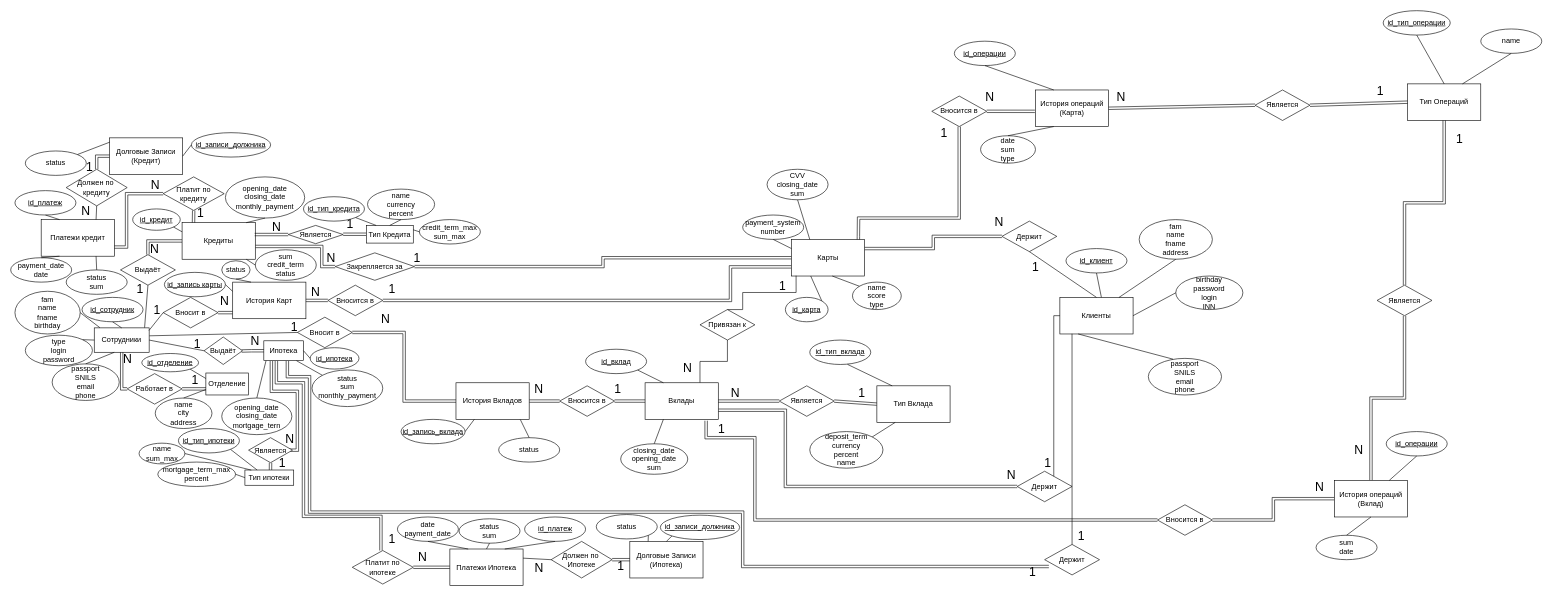
Above: Копия концептуальной с удалением внешних коючей.drawio in tssergeev/lflflflf (draw.io), before the change. Source tidied: cells renumbered, new cells numbered last; positions are measured from the earlier drawing's top-left corner, leaving out a move shared by most shapes. Both pictures are drawn from the tidied source at 61%, with x=0, y=0 at pixel (10, 10).
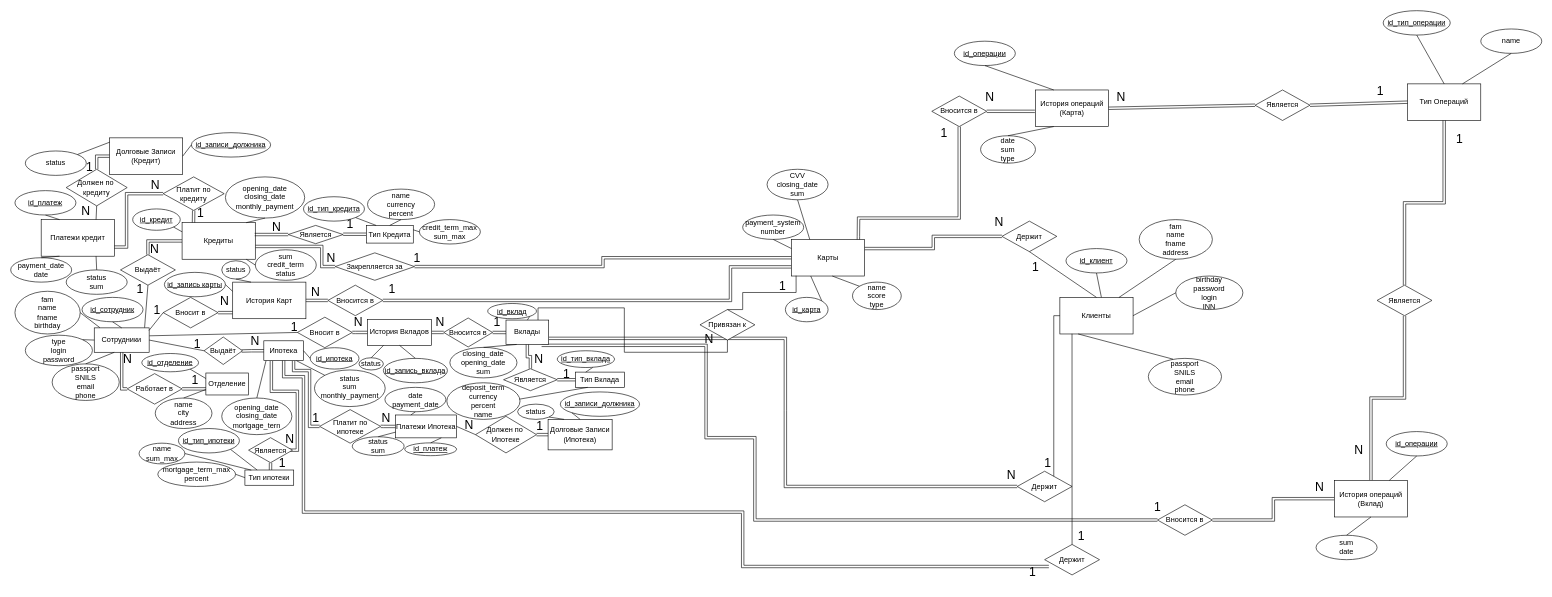
The same page after the edit.

Unchanged cells that the change refers to:
```xml
<mxCell id="80" value="Ипотека" style="rounded=0;whiteSpace=wrap;html=1;" parent="1" vertex="1">
  <mxGeometry x="415" y="541.2" width="65" height="32.5" as="geometry" />
</mxCell>
```

The edit, as a diff of the source:
```diff
@@
     <mxCell id="77" value="История Вкладов" style="rounded=0;whiteSpace=wrap;html=1;" parent="1" vertex="1">
-      <mxGeometry x="730" y="610" width="120" height="60" as="geometry" />
+      <mxGeometry x="585" y="506.2" width="105" height="42.5" as="geometry" />
     </mxCell>
-    <mxCell id="78" style="edgeStyle=orthogonalEdgeStyle;rounded=0;orthogonalLoop=1;jettySize=auto;html=1;entryX=0.5;entryY=0;entryDx=0;entryDy=0;shape=link;exitX=0.363;exitY=1.002;exitDx=0;exitDy=0;exitPerimeter=0;" parent="1" edge="1">
+    <mxCell id="78" style="edgeStyle=orthogonalEdgeStyle;rounded=0;jettySize=auto;html=1;entryX=0;entryY=0.5;entryDx=0;entryDy=0;shape=link;exitX=0.75;exitY=1;exitDx=0;exitDy=0;" parent="1" edge="1" source="80" target="199">
       <mxGeometry relative="1" as="geometry">
-        <mxPoint x="435.6" y="573.8" as="sourcePoint" />
-        <mxPoint x="607" y="885" as="targetPoint" />
         <Array as="points">
-          <mxPoint x="436" y="610" />
-          <mxPoint x="480" y="610" />
-          <mxPoint x="480" y="829" />
-          <mxPoint x="607" y="829" />
+          <mxPoint x="464" y="590" />
+          <mxPoint x="490" y="590" />
+          <mxPoint x="490" y="682" />
+          <mxPoint x="507" y="682" />
         </Array>
       </mxGeometry>
     </mxCell>
@@
     <mxCell id="84" value="N" style="text;html=1;align=center;verticalAlign=middle;whiteSpace=wrap;rounded=0;fontSize=20;" parent="1" vertex="1">
-      <mxGeometry x="590" y="490" width="50" height="30" as="geometry" />
+      <mxGeometry x="545" y="495" width="50" height="30" as="geometry" />
     </mxCell>
@@
     <mxCell id="92" value="status" style="ellipse;whiteSpace=wrap;html=1;" parent="1" vertex="1">
-      <mxGeometry x="800" y="700" width="100" height="40" as="geometry" />
+      <mxGeometry x="571" y="569" width="40" height="20" as="geometry" />
     </mxCell>
     <mxCell id="93" value="&lt;u&gt;id_запись_вклада&lt;/u&gt;" style="ellipse;whiteSpace=wrap;html=1;" parent="1" vertex="1">
-      <mxGeometry x="640" y="670" width="105" height="40" as="geometry" />
+      <mxGeometry x="611" y="570" width="105" height="40" as="geometry" />
     </mxCell>
-    <mxCell id="94" style="endArrow=none;html=1;rounded=0;entryX=0.25;entryY=1;entryDx=0;entryDy=0;exitX=1;exitY=0.5;exitDx=0;exitDy=0;" parent="1" edge="1" source="93" target="77">
+    <mxCell id="94" style="endArrow=none;html=1;rounded=0;entryX=0.5;entryY=1;entryDx=0;entryDy=0;exitX=0.5;exitY=0;exitDx=0;exitDy=0;" parent="1" edge="1" source="93" target="77">
       <mxGeometry relative="1" as="geometry" />
     </mxCell>
-    <mxCell id="95" style="endArrow=none;html=1;rounded=0;entryX=0.879;entryY=1.005;entryDx=0;entryDy=0;exitX=0.5;exitY=0;exitDx=0;exitDy=0;entryPerimeter=0;" parent="1" edge="1" source="92" target="77">
+    <mxCell id="95" style="endArrow=none;html=1;rounded=0;entryX=0.25;entryY=1;entryDx=0;entryDy=0;exitX=0.5;exitY=0;exitDx=0;exitDy=0;" parent="1" edge="1" source="92" target="77">
       <mxGeometry relative="1" as="geometry" />
     </mxCell>
@@
     <mxCell id="98" value="Вклады" style="rounded=0;whiteSpace=wrap;html=1;" parent="1" vertex="1">
-      <mxGeometry x="1040" y="610" width="120" height="60" as="geometry" />
+      <mxGeometry x="812" y="507.2" width="70" height="40" as="geometry" />
     </mxCell>
     <mxCell id="99" value="closing_date&lt;br&gt;opening_date&lt;br&gt;sum" style="ellipse;whiteSpace=wrap;html=1;" parent="1" vertex="1">
-      <mxGeometry x="1000" y="710" width="110" height="50" as="geometry" />
+      <mxGeometry x="720" y="552" width="110" height="50" as="geometry" />
     </mxCell>
     <mxCell id="100" value="&lt;u&gt;id_вклад&lt;/u&gt;" style="ellipse;whiteSpace=wrap;html=1;" parent="1" vertex="1">
-      <mxGeometry x="942.5" y="555" width="100" height="40" as="geometry" />
+      <mxGeometry x="782" y="480" width="80" height="25" as="geometry" />
     </mxCell>
@@
-    <mxCell id="102" style="endArrow=none;html=1;rounded=0;entryX=0.25;entryY=0;entryDx=0;entryDy=0;exitX=1;exitY=1;exitDx=0;exitDy=0;" parent="1" edge="1" source="100" target="98">
+    <mxCell id="102" style="endArrow=none;html=1;rounded=0;entryX=0.5;entryY=0;entryDx=0;entryDy=0;exitX=1;exitY=1;exitDx=0;exitDy=0;" parent="1" edge="1" source="100" target="98">
       <mxGeometry relative="1" as="geometry" />
     </mxCell>
@@
     <mxCell id="104" value="Вносится в" style="rhombus;whiteSpace=wrap;html=1;" parent="1" vertex="1">
-      <mxGeometry x="900" y="615" width="90" height="50" as="geometry" />
+      <mxGeometry x="710" y="503.8" width="80" height="47.5" as="geometry" />
     </mxCell>
     <mxCell id="105" value="&lt;font style=&quot;font-size: 20px;&quot;&gt;1&lt;/font&gt;" style="text;html=1;align=center;verticalAlign=middle;strokeColor=none;fillColor=none;" parent="1" vertex="1">
-      <mxGeometry x="980" y="600" width="30" height="40" as="geometry" />
+      <mxGeometry x="782" y="490" width="30" height="40" as="geometry" />
     </mxCell>
-    <mxCell id="106" style="edgeStyle=orthogonalEdgeStyle;rounded=0;jettySize=auto;html=1;exitX=0;exitY=0.5;exitDx=0;exitDy=0;entryX=1;entryY=0.5;entryDx=0;entryDy=0;shape=link;" parent="1" edge="1" source="107" target="98">
-      <mxGeometry relative="1" as="geometry">
-        <Array as="points">
-          <mxPoint x="1260" y="640" />
-        </Array>
-      </mxGeometry>
-    </mxCell>
     <mxCell id="107" value="Является" style="rhombus;whiteSpace=wrap;html=1;" parent="1" vertex="1">
-      <mxGeometry x="1260" y="615" width="90" height="50" as="geometry" />
+      <mxGeometry x="808" y="587" width="88" height="36" as="geometry" />
     </mxCell>
@@
     <mxCell id="109" value="Тип Вклада" style="rounded=0;whiteSpace=wrap;html=1;" parent="1" vertex="1">
-      <mxGeometry x="1420" y="615" width="120" height="60" as="geometry" />
+      <mxGeometry x="926" y="592.5" width="80" height="25" as="geometry" />
     </mxCell>
     <mxCell id="110" value="N" style="text;html=1;align=center;verticalAlign=middle;whiteSpace=wrap;rounded=0;fontSize=20;" parent="1" vertex="1">
-      <mxGeometry x="1162.5" y="610" width="50" height="30" as="geometry" />
+      <mxGeometry x="841" y="555" width="50" height="30" as="geometry" />
     </mxCell>
     <mxCell id="111" value="deposit_term&lt;br&gt;currency&lt;br&gt;percent&lt;br&gt;name" style="ellipse;whiteSpace=wrap;html=1;" parent="1" vertex="1">
-      <mxGeometry x="1310" y="690" width="120" height="60" as="geometry" />
+      <mxGeometry x="715" y="610" width="120" height="60" as="geometry" />
     </mxCell>
     <mxCell id="112" value="id_тип_вклада" style="ellipse;whiteSpace=wrap;html=1;fontStyle=4;" parent="1" vertex="1">
-      <mxGeometry x="1310" y="540" width="100" height="40" as="geometry" />
+      <mxGeometry x="896" y="557.5" width="94" height="27.5" as="geometry" />
     </mxCell>
@@
-    <mxCell id="114" style="endArrow=none;html=1;rounded=0;entryX=0.25;entryY=1;entryDx=0;entryDy=0;exitX=1;exitY=0;exitDx=0;exitDy=0;" parent="1" edge="1" source="111" target="109">
+    <mxCell id="114" style="endArrow=none;html=1;rounded=0;entryX=0.25;entryY=1;entryDx=0;entryDy=0;exitX=0.992;exitY=0.448;exitDx=0;exitDy=0;exitPerimeter=0;" parent="1" edge="1" source="111" target="109">
       <mxGeometry relative="1" as="geometry" />
     </mxCell>
     <mxCell id="115" value="&lt;font style=&quot;font-size: 20px;&quot;&gt;1&lt;/font&gt;" style="text;html=1;align=center;verticalAlign=middle;strokeColor=none;fillColor=none;" parent="1" vertex="1">
-      <mxGeometry x="1380" y="605" width="30" height="40" as="geometry" />
+      <mxGeometry x="896" y="573.8" width="30" height="40" as="geometry" />
     </mxCell>
@@
     <mxCell id="159" value="status&lt;br&gt;sum&lt;br&gt;monthly_payment" style="ellipse;whiteSpace=wrap;html=1;verticalAlign=top;" parent="1" vertex="1">
-      <mxGeometry x="494" y="589" width="116" height="60" as="geometry" />
+      <mxGeometry x="498" y="589" width="116" height="60" as="geometry" />
     </mxCell>
@@
-    <mxCell id="165" style="edgeStyle=orthogonalEdgeStyle;rounded=0;jettySize=auto;html=1;shape=link;entryX=0.594;entryY=1.017;entryDx=0;entryDy=0;entryPerimeter=0;" parent="1" edge="1" target="80">
+    <mxCell id="165" style="edgeStyle=orthogonalEdgeStyle;rounded=0;jettySize=auto;html=1;shape=link;entryX=0.5;entryY=1;entryDx=0;entryDy=0;" parent="1" edge="1" target="80">
       <mxGeometry relative="1" as="geometry">
         <mxPoint x="1702" y="911.2" as="sourcePoint" />
         <Array as="points">
           <mxPoint x="1200" y="911" />
           <mxPoint x="1200" y="822" />
-          <mxPoint x="490" y="822" />
-          <mxPoint x="490" y="600" />
-          <mxPoint x="454" y="600" />
+          <mxPoint x="480" y="822" />
+          <mxPoint x="480" y="600" />
+          <mxPoint x="448" y="600" />
+          <mxPoint x="448" y="574" />
         </Array>
       </mxGeometry>
     </mxCell>
@@
     <mxCell id="182" value="Платежи Ипотека" style="rounded=0;whiteSpace=wrap;html=1;" parent="1" vertex="1">
-      <mxGeometry x="720" y="882.5" width="120" height="60" as="geometry" />
+      <mxGeometry x="631" y="662.8" width="100" height="37.5" as="geometry" />
     </mxCell>
     <mxCell id="183" value="Долговые Записи&lt;br&gt;(Ипотека)" style="rounded=0;whiteSpace=wrap;html=1;" parent="1" vertex="1">
-      <mxGeometry x="1015" y="870" width="120" height="60" as="geometry" />
+      <mxGeometry x="881" y="670" width="105" height="50" as="geometry" />
     </mxCell>
     <mxCell id="184" value="Должен по&amp;nbsp;&lt;br&gt;Ипотеке" style="rhombus;whiteSpace=wrap;html=1;" parent="1" vertex="1">
-      <mxGeometry x="886" y="870" width="100" height="60" as="geometry" />
+      <mxGeometry x="762" y="665" width="100" height="60" as="geometry" />
     </mxCell>
@@
-    <mxCell id="186" style="endArrow=none;html=1;rounded=0;entryX=1;entryY=0.25;entryDx=0;entryDy=0;exitX=0;exitY=0.5;exitDx=0;exitDy=0;" parent="1" edge="1" source="184" target="182">
+    <mxCell id="186" style="endArrow=none;html=1;rounded=0;entryX=1;entryY=0.5;entryDx=0;entryDy=0;exitX=0;exitY=0.5;exitDx=0;exitDy=0;" parent="1" edge="1" source="184" target="182">
       <mxGeometry relative="1" as="geometry" />
     </mxCell>
     <mxCell id="187" value="&lt;font style=&quot;font-size: 20px;&quot;&gt;1&lt;/font&gt;" style="text;html=1;align=center;verticalAlign=middle;strokeColor=none;fillColor=none;" parent="1" vertex="1">
-      <mxGeometry x="985" y="890" width="30" height="40" as="geometry" />
+      <mxGeometry x="852" y="660.2" width="30" height="40" as="geometry" />
     </mxCell>
     <mxCell id="188" value="&lt;span style=&quot;font-size: 20px;&quot;&gt;N&lt;/span&gt;" style="text;html=1;align=center;verticalAlign=middle;strokeColor=none;fillColor=none;" parent="1" vertex="1">
-      <mxGeometry x="846" y="892.5" width="40" height="40" as="geometry" />
+      <mxGeometry x="731" y="658.5" width="40" height="40" as="geometry" />
     </mxCell>
     <mxCell id="189" value="status&lt;br&gt;sum" style="ellipse;whiteSpace=wrap;html=1;" parent="1" vertex="1">
-      <mxGeometry x="735" y="833" width="100" height="40" as="geometry" />
+      <mxGeometry x="560" y="698.5" width="85" height="31" as="geometry" />
     </mxCell>
     <mxCell id="190" value="date&lt;br&gt;payment_date" style="ellipse;whiteSpace=wrap;html=1;" parent="1" vertex="1">
-      <mxGeometry x="634" y="830" width="100" height="40" as="geometry" />
+      <mxGeometry x="613.5" y="617.5" width="100" height="40" as="geometry" />
     </mxCell>
     <mxCell id="191" value="id_платеж" style="ellipse;whiteSpace=wrap;html=1;fontStyle=4;" parent="1" vertex="1">
-      <mxGeometry x="842.5" y="830" width="100" height="40" as="geometry" />
+      <mxGeometry x="646" y="708.5" width="85" height="21" as="geometry" />
     </mxCell>
@@
-    <mxCell id="193" style="endArrow=none;html=1;rounded=0;entryX=0.75;entryY=0;entryDx=0;entryDy=0;exitX=0.5;exitY=1;exitDx=0;exitDy=0;" parent="1" edge="1" source="191" target="182">
+    <mxCell id="193" style="endArrow=none;html=1;rounded=0;entryX=0.75;entryY=1;entryDx=0;entryDy=0;exitX=0.5;exitY=0;exitDx=0;exitDy=0;" parent="1" edge="1" source="191" target="182">
       <mxGeometry relative="1" as="geometry" />
     </mxCell>
-    <mxCell id="194" style="endArrow=none;html=1;rounded=0;entryX=0.5;entryY=0;entryDx=0;entryDy=0;exitX=0.5;exitY=1;exitDx=0;exitDy=0;" parent="1" edge="1" source="189" target="182">
+    <mxCell id="194" style="endArrow=none;html=1;rounded=0;entryX=0;entryY=0.75;entryDx=0;entryDy=0;exitX=0.5;exitY=0;exitDx=0;exitDy=0;" parent="1" edge="1" source="189" target="182">
       <mxGeometry relative="1" as="geometry" />
     </mxCell>
     <mxCell id="195" value="status" style="ellipse;whiteSpace=wrap;html=1;" parent="1" vertex="1">
-      <mxGeometry x="960" y="826" width="100" height="40" as="geometry" />
+      <mxGeometry x="831" y="645" width="60" height="25" as="geometry" />
     </mxCell>
     <mxCell id="196" value="id_записи_должника" style="ellipse;whiteSpace=wrap;html=1;fontStyle=4;" parent="1" vertex="1">
-      <mxGeometry x="1065" y="827" width="130" height="40" as="geometry" />
+      <mxGeometry x="901" y="625" width="130" height="40" as="geometry" />
     </mxCell>
@@
     <mxCell id="199" value="Платит по&lt;br&gt;ипотеке" style="rhombus;whiteSpace=wrap;html=1;" parent="1" vertex="1">
-      <mxGeometry x="560" y="885" width="100" height="55" as="geometry" />
+      <mxGeometry x="506.5" y="654" width="100" height="55" as="geometry" />
     </mxCell>
     <mxCell id="200" value="&lt;span style=&quot;font-size: 20px;&quot;&gt;1&lt;/span&gt;" style="text;html=1;align=center;verticalAlign=middle;strokeColor=none;fillColor=none;" parent="1" vertex="1">
-      <mxGeometry x="610" y="845" width="30" height="40" as="geometry" />
+      <mxGeometry x="485" y="647" width="30" height="40" as="geometry" />
     </mxCell>
     <mxCell id="201" value="&lt;font style=&quot;font-size: 20px;&quot;&gt;N&lt;/font&gt;" style="text;html=1;align=center;verticalAlign=middle;strokeColor=none;fillColor=none;" parent="1" vertex="1">
-      <mxGeometry x="655" y="875" width="40" height="40" as="geometry" />
+      <mxGeometry x="595" y="647" width="40" height="40" as="geometry" />
     </mxCell>
@@
     <mxCell id="222" value="&lt;font style=&quot;font-size: 20px;&quot;&gt;1&lt;/font&gt;" style="text;html=1;align=center;verticalAlign=middle;strokeColor=none;fillColor=none;" parent="1" vertex="1">
-      <mxGeometry x="1150" y="665" width="30" height="40" as="geometry" />
+      <mxGeometry x="1865" y="793" width="30" height="40" as="geometry" />
     </mxCell>
@@
     <mxCell id="231" value="N" style="text;html=1;align=center;verticalAlign=middle;whiteSpace=wrap;rounded=0;fontSize=20;" parent="1" vertex="1">
-      <mxGeometry x="841" y="605" width="50" height="30" as="geometry" />
+      <mxGeometry x="679" y="495" width="50" height="30" as="geometry" />
     </mxCell>
@@
     <mxCell id="233" value="N" style="text;html=1;align=center;verticalAlign=middle;whiteSpace=wrap;rounded=0;fontSize=20;" parent="1" vertex="1">
-      <mxGeometry x="1085" y="570" width="50" height="30" as="geometry" />
+      <mxGeometry x="1120" y="522.5" width="50" height="30" as="geometry" />
     </mxCell>
@@
+    <mxCell id="236" style="edgeStyle=orthogonalEdgeStyle;rounded=0;jettySize=auto;html=1;exitX=0.5;exitY=1;exitDx=0;exitDy=0;entryX=0.5;entryY=0;entryDx=0;entryDy=0;shape=link;" parent="1" edge="1" source="98" target="107">
+      <mxGeometry relative="1" as="geometry" />
+    </mxCell>
```
